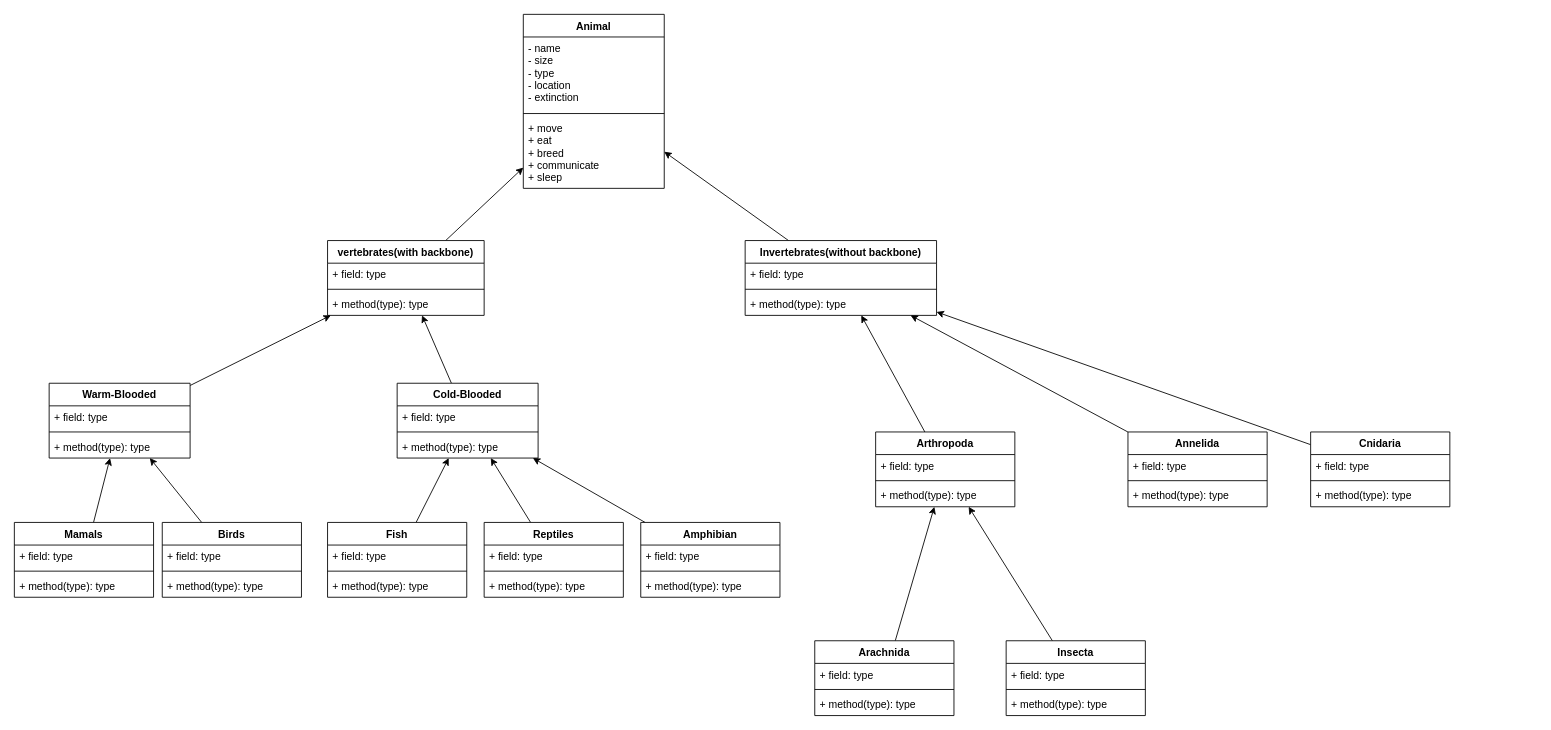
The draw.io diagram Animal.drawio in Hossein-MJafari/exercise-1, before the edit. Source tidied: cells renumbered, new cells numbered last; positions are measured from the earlier drawing's top-left corner, leaving out a move shared by most shapes. Both pictures are drawn from the tidied source at 87%, with x=0, y=0 at pixel (14, 14).
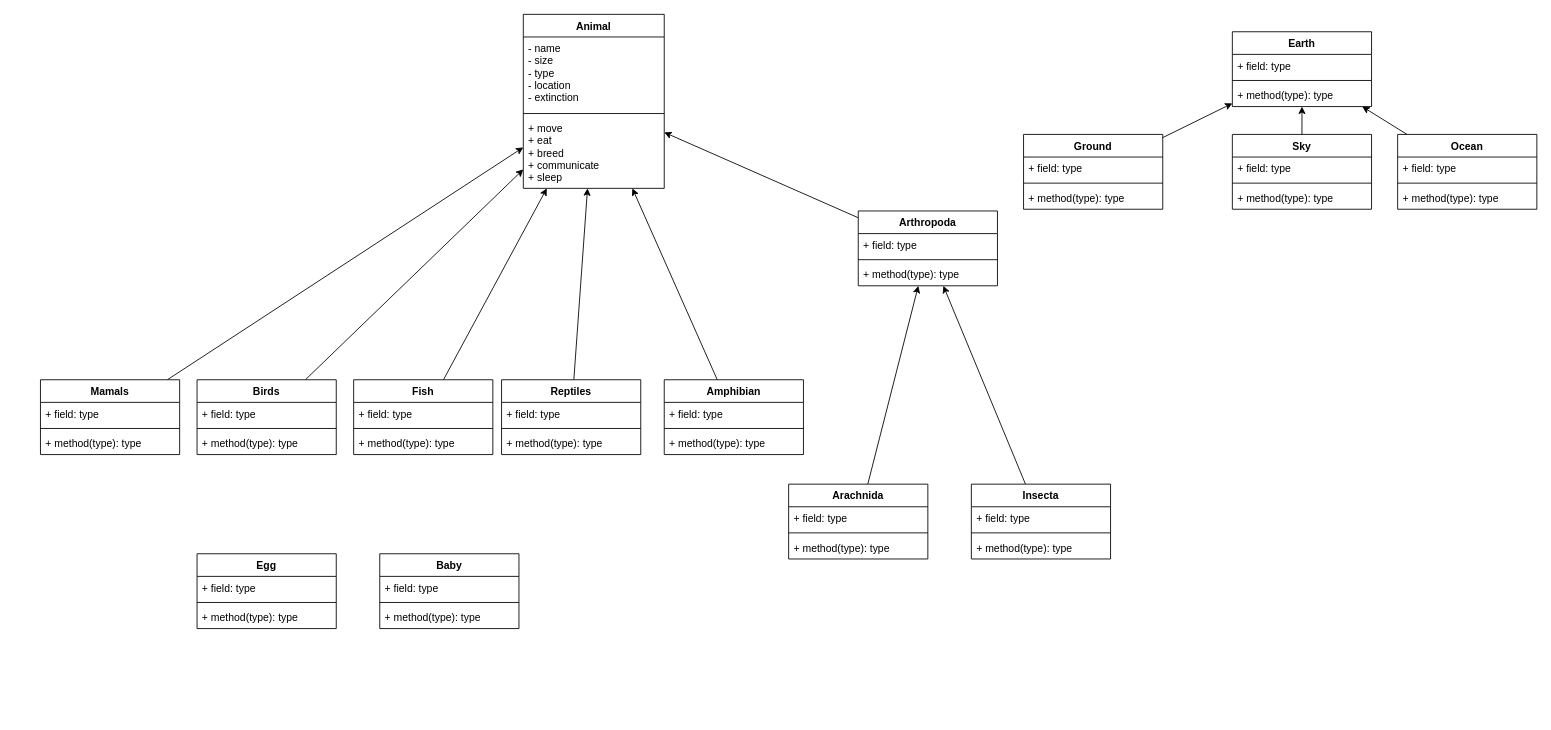
Above is the later version.

Commit message:
Re-formed the diagram and changed the classes.

I did this to be able to show composition and aggregation in the diagram.

Unchanged cells that the change refers to:
```xml
<mxCell id="2" value="Animal" style="swimlane;fontStyle=1;align=center;verticalAlign=top;horizontal=1;startSize=26;" parent="1" vertex="1">
  <mxGeometry x="585" width="162" height="200" as="geometry" />
</mxCell>
```

Change to the diagram source:
```diff
@@
-    <mxCell id="6" style="edgeStyle=none;html=1;" parent="1" edge="1" source="7" target="47">
-      <mxGeometry relative="1" as="geometry" />
-    </mxCell>
-    <mxCell id="7" value="Warm-Blooded" style="swimlane;fontStyle=1;align=center;verticalAlign=top;horizontal=1;startSize=26;" parent="1" vertex="1">
-      <mxGeometry x="40" y="424" width="162" height="86" as="geometry" />
-    </mxCell>
-    <mxCell id="8" value="+ field: type" style="text;strokeColor=none;fillColor=none;align=left;verticalAlign=top;spacingLeft=4;spacingRight=4;overflow=hidden;" parent="7" vertex="1">
-      <mxGeometry y="26" width="162" height="26" as="geometry" />
-    </mxCell>
-    <mxCell id="9" style="line;strokeWidth=1;fillColor=none;align=left;verticalAlign=middle;spacingTop=-1;spacingLeft=3;spacingRight=3;labelPosition=right;strokeColor=inherit;" parent="7" vertex="1">
-      <mxGeometry y="52" width="162" height="8" as="geometry" />
-    </mxCell>
-    <mxCell id="10" value="+ method(type): type" style="text;strokeColor=none;fillColor=none;align=left;verticalAlign=top;spacingLeft=4;spacingRight=4;overflow=hidden;" parent="7" vertex="1">
-      <mxGeometry y="60" width="162" height="26" as="geometry" />
-    </mxCell>
-    <mxCell id="11" style="edgeStyle=none;html=1;" parent="1" edge="1" source="12" target="47">
-      <mxGeometry relative="1" as="geometry" />
-    </mxCell>
-    <mxCell id="12" value="Cold-Blooded" style="swimlane;fontStyle=1;align=center;verticalAlign=top;horizontal=1;startSize=26;" parent="1" vertex="1">
-      <mxGeometry x="440" y="424" width="162" height="86" as="geometry" />
-    </mxCell>
-    <mxCell id="13" value="+ field: type" style="text;strokeColor=none;fillColor=none;align=left;verticalAlign=top;spacingLeft=4;spacingRight=4;overflow=hidden;" parent="12" vertex="1">
-      <mxGeometry y="26" width="162" height="26" as="geometry" />
-    </mxCell>
-    <mxCell id="14" style="line;strokeWidth=1;fillColor=none;align=left;verticalAlign=middle;spacingTop=-1;spacingLeft=3;spacingRight=3;labelPosition=right;strokeColor=inherit;" parent="12" vertex="1">
-      <mxGeometry y="52" width="162" height="8" as="geometry" />
-    </mxCell>
-    <mxCell id="15" value="+ method(type): type" style="text;strokeColor=none;fillColor=none;align=left;verticalAlign=top;spacingLeft=4;spacingRight=4;overflow=hidden;" parent="12" vertex="1">
-      <mxGeometry y="60" width="162" height="26" as="geometry" />
-    </mxCell>
-    <mxCell id="16" style="edgeStyle=none;html=1;" parent="1" edge="1" source="17" target="7">
+    <mxCell id="16" style="edgeStyle=none;html=1;" parent="1" edge="1" source="17" target="2">
       <mxGeometry relative="1" as="geometry" />
     </mxCell>
     <mxCell id="17" value="Mamals" style="swimlane;fontStyle=1;align=center;verticalAlign=top;horizontal=1;startSize=26;" parent="1" vertex="1">
-      <mxGeometry y="584" width="160" height="86" as="geometry" />
+      <mxGeometry x="30" y="420" width="160" height="86" as="geometry" />
     </mxCell>
@@
-    <mxCell id="21" style="edgeStyle=none;html=1;" parent="1" edge="1" source="22" target="7">
+    <mxCell id="21" style="edgeStyle=none;html=1;" parent="1" edge="1" source="22" target="2">
       <mxGeometry relative="1" as="geometry" />
     </mxCell>
     <mxCell id="22" value="Birds" style="swimlane;fontStyle=1;align=center;verticalAlign=top;horizontal=1;startSize=26;" parent="1" vertex="1">
-      <mxGeometry x="170" y="584" width="160" height="86" as="geometry" />
+      <mxGeometry x="210" y="420" width="160" height="86" as="geometry" />
     </mxCell>
@@
-    <mxCell id="26" style="edgeStyle=none;html=1;" parent="1" edge="1" source="27" target="12">
+    <mxCell id="26" style="edgeStyle=none;html=1;" parent="1" edge="1" source="27" target="2">
       <mxGeometry relative="1" as="geometry" />
     </mxCell>
     <mxCell id="27" value="Fish" style="swimlane;fontStyle=1;align=center;verticalAlign=top;horizontal=1;startSize=26;" parent="1" vertex="1">
-      <mxGeometry x="360" y="584" width="160" height="86" as="geometry" />
+      <mxGeometry x="390" y="420" width="160" height="86" as="geometry" />
     </mxCell>
@@
-    <mxCell id="31" style="edgeStyle=none;html=1;" parent="1" edge="1" source="32" target="12">
+    <mxCell id="31" style="edgeStyle=none;html=1;" parent="1" edge="1" source="32" target="2">
       <mxGeometry relative="1" as="geometry" />
     </mxCell>
     <mxCell id="32" value="Reptiles" style="swimlane;fontStyle=1;align=center;verticalAlign=top;horizontal=1;startSize=26;" parent="1" vertex="1">
-      <mxGeometry x="540" y="584" width="160" height="86" as="geometry" />
+      <mxGeometry x="560" y="420" width="160" height="86" as="geometry" />
     </mxCell>
@@
-    <mxCell id="36" style="edgeStyle=none;html=1;" parent="1" edge="1" source="37" target="12">
+    <mxCell id="36" style="edgeStyle=none;html=1;" parent="1" edge="1" source="37" target="2">
       <mxGeometry relative="1" as="geometry" />
     </mxCell>
     <mxCell id="37" value="Amphibian" style="swimlane;fontStyle=1;align=center;verticalAlign=top;horizontal=1;startSize=26;" parent="1" vertex="1">
-      <mxGeometry x="720" y="584" width="160" height="86" as="geometry" />
+      <mxGeometry x="747" y="420" width="160" height="86" as="geometry" />
     </mxCell>
@@
-    <mxCell id="41" style="edgeStyle=none;html=1;" parent="1" edge="1" source="42" target="2">
-      <mxGeometry relative="1" as="geometry" />
-    </mxCell>
-    <mxCell id="42" value="Invertebrates(without backbone)" style="swimlane;fontStyle=1;align=center;verticalAlign=top;horizontal=1;startSize=26;" parent="1" vertex="1">
-      <mxGeometry x="840" y="260" width="220" height="86" as="geometry" />
-    </mxCell>
-    <mxCell id="43" value="+ field: type" style="text;strokeColor=none;fillColor=none;align=left;verticalAlign=top;spacingLeft=4;spacingRight=4;overflow=hidden;" parent="42" vertex="1">
-      <mxGeometry y="26" width="220" height="26" as="geometry" />
-    </mxCell>
-    <mxCell id="44" style="line;strokeWidth=1;fillColor=none;align=left;verticalAlign=middle;spacingTop=-1;spacingLeft=3;spacingRight=3;labelPosition=right;strokeColor=inherit;" parent="42" vertex="1">
-      <mxGeometry y="52" width="220" height="8" as="geometry" />
-    </mxCell>
-    <mxCell id="45" value="+ method(type): type" style="text;strokeColor=none;fillColor=none;align=left;verticalAlign=top;spacingLeft=4;spacingRight=4;overflow=hidden;" parent="42" vertex="1">
-      <mxGeometry y="60" width="220" height="26" as="geometry" />
-    </mxCell>
-    <mxCell id="46" style="edgeStyle=none;html=1;" parent="1" edge="1" source="47" target="2">
-      <mxGeometry relative="1" as="geometry" />
-    </mxCell>
-    <mxCell id="47" value="vertebrates(with backbone)" style="swimlane;fontStyle=1;align=center;verticalAlign=top;horizontal=1;startSize=26;" parent="1" vertex="1">
-      <mxGeometry x="360" y="260" width="180" height="86" as="geometry" />
-    </mxCell>
-    <mxCell id="48" value="+ field: type" style="text;strokeColor=none;fillColor=none;align=left;verticalAlign=top;spacingLeft=4;spacingRight=4;overflow=hidden;" parent="47" vertex="1">
-      <mxGeometry y="26" width="180" height="26" as="geometry" />
-    </mxCell>
-    <mxCell id="49" style="line;strokeWidth=1;fillColor=none;align=left;verticalAlign=middle;spacingTop=-1;spacingLeft=3;spacingRight=3;labelPosition=right;strokeColor=inherit;" parent="47" vertex="1">
-      <mxGeometry y="52" width="180" height="8" as="geometry" />
-    </mxCell>
-    <mxCell id="50" value="+ method(type): type" style="text;strokeColor=none;fillColor=none;align=left;verticalAlign=top;spacingLeft=4;spacingRight=4;overflow=hidden;" parent="47" vertex="1">
-      <mxGeometry y="60" width="180" height="26" as="geometry" />
-    </mxCell>
-    <mxCell id="51" style="edgeStyle=none;html=1;" parent="1" edge="1" source="52" target="42">
+    <mxCell id="51" style="edgeStyle=none;html=1;" parent="1" edge="1" source="52" target="2">
       <mxGeometry relative="1" as="geometry" />
     </mxCell>
     <mxCell id="52" value="Arthropoda" style="swimlane;fontStyle=1;align=center;verticalAlign=top;horizontal=1;startSize=26;" parent="1" vertex="1">
-      <mxGeometry x="990" y="480" width="160" height="86" as="geometry" />
+      <mxGeometry x="970" y="226" width="160" height="86" as="geometry" />
     </mxCell>
@@
     <mxCell id="57" value="Arachnida" style="swimlane;fontStyle=1;align=center;verticalAlign=top;horizontal=1;startSize=26;" parent="1" vertex="1">
-      <mxGeometry x="920" y="720" width="160" height="86" as="geometry" />
+      <mxGeometry x="890" y="540" width="160" height="86" as="geometry" />
     </mxCell>
@@
     <mxCell id="62" value="Insecta" style="swimlane;fontStyle=1;align=center;verticalAlign=top;horizontal=1;startSize=26;" parent="1" vertex="1">
-      <mxGeometry x="1140" y="720" width="160" height="86" as="geometry" />
+      <mxGeometry x="1100" y="540" width="160" height="86" as="geometry" />
     </mxCell>
@@
-    <mxCell id="66" style="edgeStyle=none;html=1;" parent="1" edge="1" source="67" target="42">
-      <mxGeometry relative="1" as="geometry" />
-    </mxCell>
-    <mxCell id="67" value="Annelida" style="swimlane;fontStyle=1;align=center;verticalAlign=top;horizontal=1;startSize=26;" parent="1" vertex="1">
-      <mxGeometry x="1280" y="480" width="160" height="86" as="geometry" />
-    </mxCell>
-    <mxCell id="68" value="+ field: type" style="text;strokeColor=none;fillColor=none;align=left;verticalAlign=top;spacingLeft=4;spacingRight=4;overflow=hidden;" parent="67" vertex="1">
-      <mxGeometry y="26" width="160" height="26" as="geometry" />
-    </mxCell>
-    <mxCell id="69" style="line;strokeWidth=1;fillColor=none;align=left;verticalAlign=middle;spacingTop=-1;spacingLeft=3;spacingRight=3;labelPosition=right;strokeColor=inherit;" parent="67" vertex="1">
-      <mxGeometry y="52" width="160" height="8" as="geometry" />
-    </mxCell>
-    <mxCell id="70" value="+ method(type): type" style="text;strokeColor=none;fillColor=none;align=left;verticalAlign=top;spacingLeft=4;spacingRight=4;overflow=hidden;" parent="67" vertex="1">
-      <mxGeometry y="60" width="160" height="26" as="geometry" />
-    </mxCell>
-    <mxCell id="71" style="edgeStyle=none;html=1;" parent="1" edge="1" source="72" target="42">
-      <mxGeometry relative="1" as="geometry" />
-    </mxCell>
-    <mxCell id="72" value="Cnidaria" style="swimlane;fontStyle=1;align=center;verticalAlign=top;horizontal=1;startSize=26;" parent="1" vertex="1">
-      <mxGeometry x="1490" y="480" width="160" height="86" as="geometry" />
-    </mxCell>
-    <mxCell id="73" value="+ field: type" style="text;strokeColor=none;fillColor=none;align=left;verticalAlign=top;spacingLeft=4;spacingRight=4;overflow=hidden;" parent="72" vertex="1">
-      <mxGeometry y="26" width="160" height="26" as="geometry" />
-    </mxCell>
-    <mxCell id="74" style="line;strokeWidth=1;fillColor=none;align=left;verticalAlign=middle;spacingTop=-1;spacingLeft=3;spacingRight=3;labelPosition=right;strokeColor=inherit;" parent="72" vertex="1">
-      <mxGeometry y="52" width="160" height="8" as="geometry" />
-    </mxCell>
-    <mxCell id="75" value="+ method(type): type" style="text;strokeColor=none;fillColor=none;align=left;verticalAlign=top;spacingLeft=4;spacingRight=4;overflow=hidden;" parent="72" vertex="1">
-      <mxGeometry y="60" width="160" height="26" as="geometry" />
-    </mxCell>
+    <mxCell id="76" value="Earth" style="swimlane;fontStyle=1;align=center;verticalAlign=top;horizontal=1;startSize=26;" parent="1" vertex="1">
+      <mxGeometry x="1400" y="20" width="160" height="86" as="geometry" />
+    </mxCell>
+    <mxCell id="77" value="+ field: type" style="text;strokeColor=none;fillColor=none;align=left;verticalAlign=top;spacingLeft=4;spacingRight=4;overflow=hidden;" parent="76" vertex="1">
+      <mxGeometry y="26" width="160" height="26" as="geometry" />
+    </mxCell>
+    <mxCell id="78" style="line;strokeWidth=1;fillColor=none;align=left;verticalAlign=middle;spacingTop=-1;spacingLeft=3;spacingRight=3;labelPosition=right;strokeColor=inherit;" parent="76" vertex="1">
+      <mxGeometry y="52" width="160" height="8" as="geometry" />
+    </mxCell>
+    <mxCell id="79" value="+ method(type): type" style="text;strokeColor=none;fillColor=none;align=left;verticalAlign=top;spacingLeft=4;spacingRight=4;overflow=hidden;" parent="76" vertex="1">
+      <mxGeometry y="60" width="160" height="26" as="geometry" />
+    </mxCell>
+    <mxCell id="80" style="edgeStyle=none;html=1;" parent="1" edge="1" source="81" target="76">
+      <mxGeometry relative="1" as="geometry" />
+    </mxCell>
+    <mxCell id="81" value="Ground" style="swimlane;fontStyle=1;align=center;verticalAlign=top;horizontal=1;startSize=26;" parent="1" vertex="1">
+      <mxGeometry x="1160" y="138" width="160" height="86" as="geometry" />
+    </mxCell>
+    <mxCell id="82" value="+ field: type" style="text;strokeColor=none;fillColor=none;align=left;verticalAlign=top;spacingLeft=4;spacingRight=4;overflow=hidden;" parent="81" vertex="1">
+      <mxGeometry y="26" width="160" height="26" as="geometry" />
+    </mxCell>
+    <mxCell id="83" style="line;strokeWidth=1;fillColor=none;align=left;verticalAlign=middle;spacingTop=-1;spacingLeft=3;spacingRight=3;labelPosition=right;strokeColor=inherit;" parent="81" vertex="1">
+      <mxGeometry y="52" width="160" height="8" as="geometry" />
+    </mxCell>
+    <mxCell id="84" value="+ method(type): type" style="text;strokeColor=none;fillColor=none;align=left;verticalAlign=top;spacingLeft=4;spacingRight=4;overflow=hidden;" parent="81" vertex="1">
+      <mxGeometry y="60" width="160" height="26" as="geometry" />
+    </mxCell>
+    <mxCell id="85" style="edgeStyle=none;html=1;" parent="1" edge="1" source="86" target="76">
+      <mxGeometry relative="1" as="geometry" />
+    </mxCell>
+    <mxCell id="86" value="Ocean" style="swimlane;fontStyle=1;align=center;verticalAlign=top;horizontal=1;startSize=26;" parent="1" vertex="1">
+      <mxGeometry x="1590" y="138" width="160" height="86" as="geometry" />
+    </mxCell>
+    <mxCell id="87" value="+ field: type" style="text;strokeColor=none;fillColor=none;align=left;verticalAlign=top;spacingLeft=4;spacingRight=4;overflow=hidden;" parent="86" vertex="1">
+      <mxGeometry y="26" width="160" height="26" as="geometry" />
+    </mxCell>
+    <mxCell id="88" style="line;strokeWidth=1;fillColor=none;align=left;verticalAlign=middle;spacingTop=-1;spacingLeft=3;spacingRight=3;labelPosition=right;strokeColor=inherit;" parent="86" vertex="1">
+      <mxGeometry y="52" width="160" height="8" as="geometry" />
+    </mxCell>
+    <mxCell id="89" value="+ method(type): type" style="text;strokeColor=none;fillColor=none;align=left;verticalAlign=top;spacingLeft=4;spacingRight=4;overflow=hidden;" parent="86" vertex="1">
+      <mxGeometry y="60" width="160" height="26" as="geometry" />
+    </mxCell>
+    <mxCell id="90" value="Egg" style="swimlane;fontStyle=1;align=center;verticalAlign=top;horizontal=1;startSize=26;" parent="1" vertex="1">
+      <mxGeometry x="210" y="620" width="160" height="86" as="geometry" />
+    </mxCell>
+    <mxCell id="91" value="+ field: type" style="text;strokeColor=none;fillColor=none;align=left;verticalAlign=top;spacingLeft=4;spacingRight=4;overflow=hidden;" parent="90" vertex="1">
+      <mxGeometry y="26" width="160" height="26" as="geometry" />
+    </mxCell>
+    <mxCell id="92" style="line;strokeWidth=1;fillColor=none;align=left;verticalAlign=middle;spacingTop=-1;spacingLeft=3;spacingRight=3;labelPosition=right;strokeColor=inherit;" parent="90" vertex="1">
+      <mxGeometry y="52" width="160" height="8" as="geometry" />
+    </mxCell>
+    <mxCell id="93" value="+ method(type): type" style="text;strokeColor=none;fillColor=none;align=left;verticalAlign=top;spacingLeft=4;spacingRight=4;overflow=hidden;" parent="90" vertex="1">
+      <mxGeometry y="60" width="160" height="26" as="geometry" />
+    </mxCell>
+    <mxCell id="94" value="Baby" style="swimlane;fontStyle=1;align=center;verticalAlign=top;horizontal=1;startSize=26;" parent="1" vertex="1">
+      <mxGeometry x="420" y="620" width="160" height="86" as="geometry" />
+    </mxCell>
+    <mxCell id="95" value="+ field: type" style="text;strokeColor=none;fillColor=none;align=left;verticalAlign=top;spacingLeft=4;spacingRight=4;overflow=hidden;" parent="94" vertex="1">
+      <mxGeometry y="26" width="160" height="26" as="geometry" />
+    </mxCell>
+    <mxCell id="96" style="line;strokeWidth=1;fillColor=none;align=left;verticalAlign=middle;spacingTop=-1;spacingLeft=3;spacingRight=3;labelPosition=right;strokeColor=inherit;" parent="94" vertex="1">
+      <mxGeometry y="52" width="160" height="8" as="geometry" />
+    </mxCell>
+    <mxCell id="97" value="+ method(type): type" style="text;strokeColor=none;fillColor=none;align=left;verticalAlign=top;spacingLeft=4;spacingRight=4;overflow=hidden;" parent="94" vertex="1">
+      <mxGeometry y="60" width="160" height="26" as="geometry" />
+    </mxCell>
+    <mxCell id="98" style="edgeStyle=none;html=1;" parent="1" edge="1" source="99" target="76">
+      <mxGeometry relative="1" as="geometry" />
+    </mxCell>
+    <mxCell id="99" value="Sky" style="swimlane;fontStyle=1;align=center;verticalAlign=top;horizontal=1;startSize=26;" parent="1" vertex="1">
+      <mxGeometry x="1400" y="138" width="160" height="86" as="geometry" />
+    </mxCell>
+    <mxCell id="100" value="+ field: type" style="text;strokeColor=none;fillColor=none;align=left;verticalAlign=top;spacingLeft=4;spacingRight=4;overflow=hidden;" parent="99" vertex="1">
+      <mxGeometry y="26" width="160" height="26" as="geometry" />
+    </mxCell>
+    <mxCell id="101" style="line;strokeWidth=1;fillColor=none;align=left;verticalAlign=middle;spacingTop=-1;spacingLeft=3;spacingRight=3;labelPosition=right;strokeColor=inherit;" parent="99" vertex="1">
+      <mxGeometry y="52" width="160" height="8" as="geometry" />
+    </mxCell>
+    <mxCell id="102" value="+ method(type): type" style="text;strokeColor=none;fillColor=none;align=left;verticalAlign=top;spacingLeft=4;spacingRight=4;overflow=hidden;" parent="99" vertex="1">
+      <mxGeometry y="60" width="160" height="26" as="geometry" />
+    </mxCell>
```
